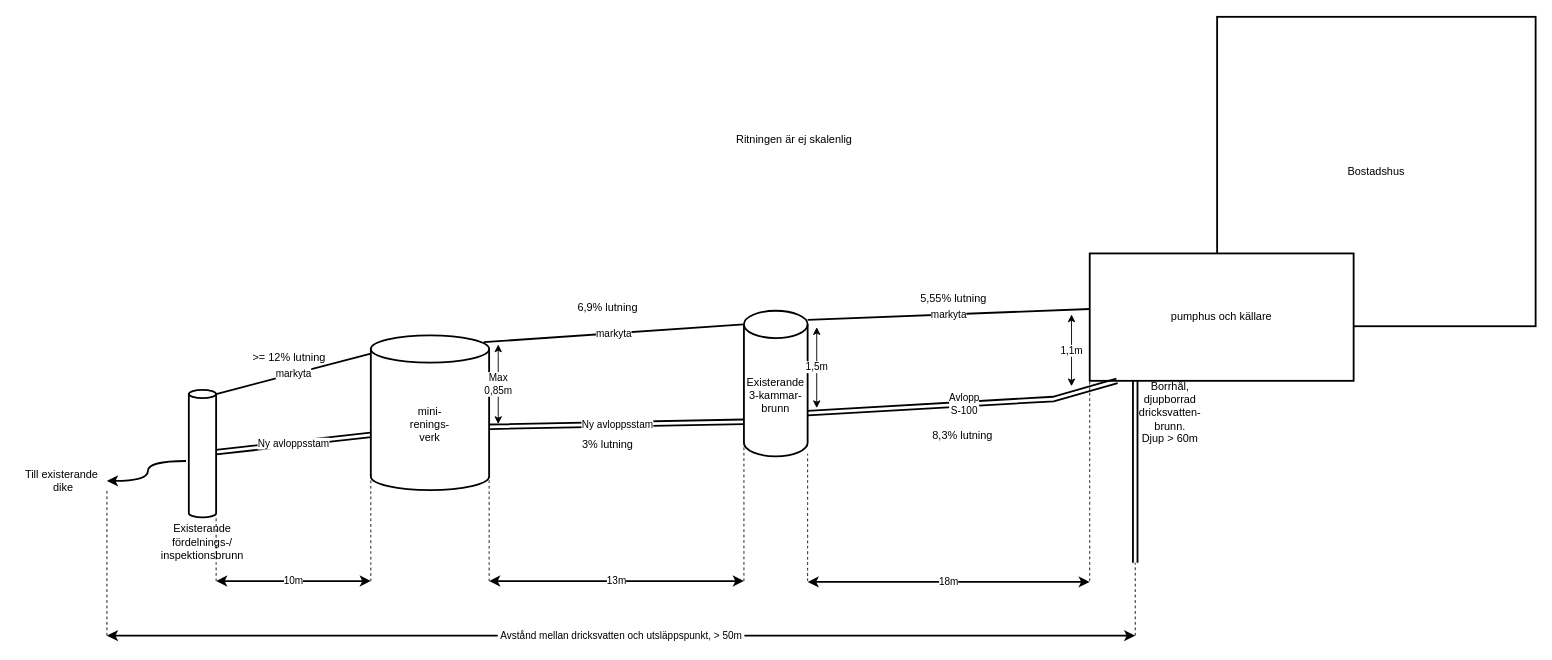
This is avlopp/avlopp.drawio from arizon-dread/drawio, a draw.io file, before an edit. Source tidied: cells renumbered, new cells numbered last; positions are measured from the earlier drawing's top-left corner, leaving out a move shared by most shapes. Both pictures are drawn from the tidied source at 91%, with x=0, y=0 at pixel (15, 16).
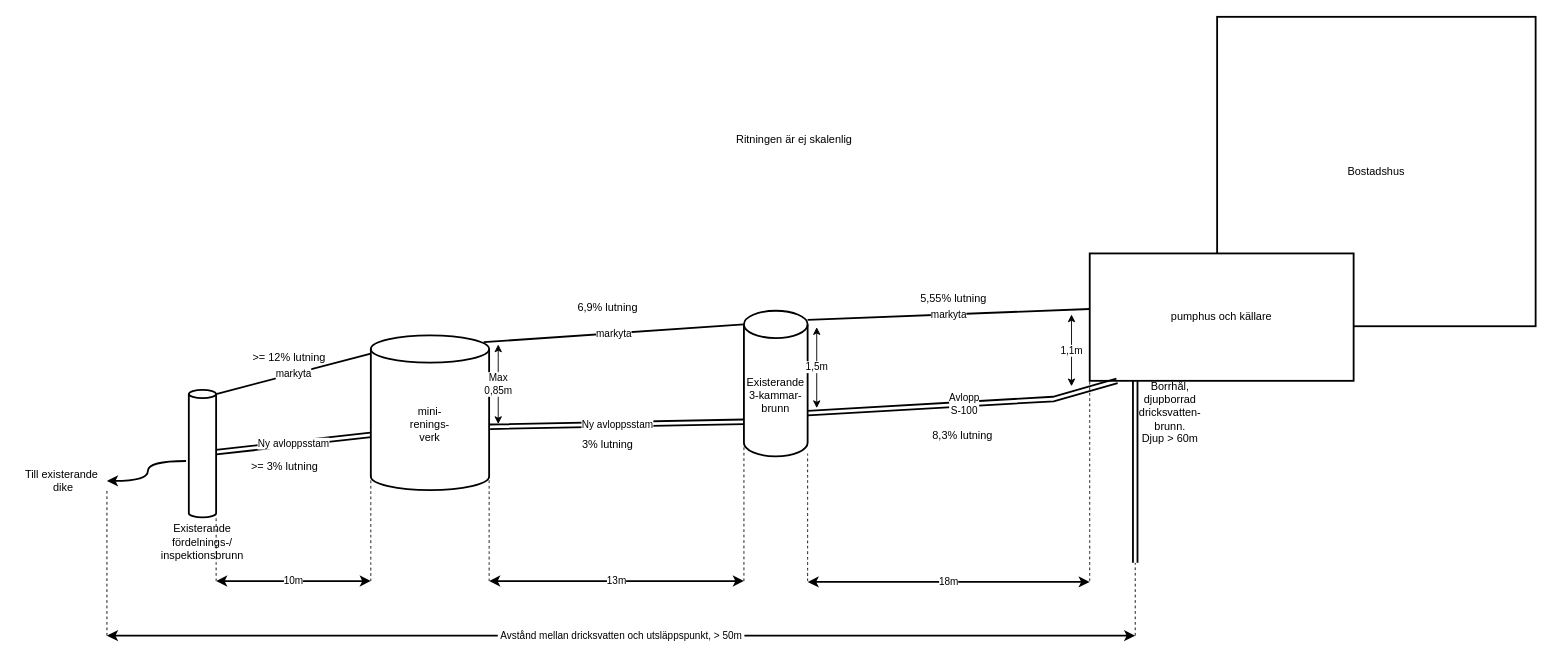
The same page after the edit.

Commit message:
lutning på sista avloppsstammen

Diff of the diagram source:
```diff
@@
+    <mxCell id="38" value="&amp;gt;= 3% lutning" style="text;html=1;align=center;verticalAlign=middle;strokeColor=none;fillColor=none;" parent="1" vertex="1">
+      <mxGeometry x="245" y="480" width="100" height="30" as="geometry" />
+    </mxCell>
```
